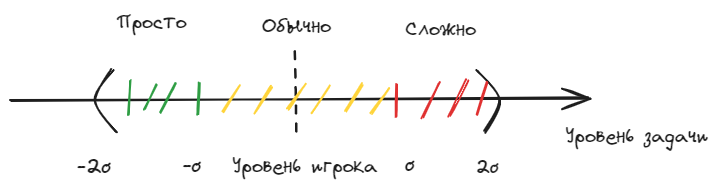
The Excalidraw diagram diplom/assets/work/arch/interval.excalidraw.png in NMashalov/EducationGenerativeModelApplication, before a commit. Source tidied: one line per element, renumbered; positions are measured from the earlier drawing's top-left corner, leaving out a move shared by most shapes.
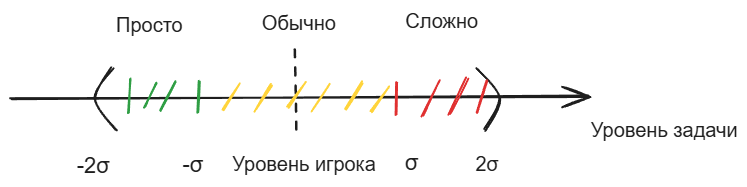
After the change.

The edit, as a diff of the source:
```diff
@@ -1,8 +1,8 @@
 {"id": 0, "type": "arrow", "strokeColor": "#1e1e1e", "strokeWidth": 2, "roughness": 1, "endArrowhead": "arrow", "round": true, "x": 0, "y": 91, "width": 577, "height": 4, "points": [[0, 0], [577, -4]]}
 {"id": 1, "type": "line", "strokeColor": "#1e1e1e", "strokeWidth": 2, "roughness": 1, "round": true, "x": 105, "y": 121, "width": 22, "height": 62, "points": [[0, 0], [-22, -30], [-4, -62]]}
 {"id": 2, "type": "line", "strokeColor": "#1e1e1e", "angle": 3.1, "strokeWidth": 2, "roughness": 1, "round": true, "x": 488, "y": 123, "width": 22, "height": 62, "points": [[0, 0], [-22, -30], [-4, -62]]}
-{"id": 3, "type": "text", "text": "Уровень задачи", "strokeColor": "#1e1e1e", "strokeWidth": 2, "roughness": 1, "fontSize": 20, "fontFamily": 1, "x": 554, "y": 114, "width": 143, "height": 25}
+{"id": 3, "type": "text", "text": "Уровень задачи", "strokeColor": "#1e1e1e", "strokeWidth": 2, "roughness": 1, "fontSize": 20, "fontFamily": 2, "x": 579, "y": 111, "width": 147, "height": 23}
-{"id": 4, "type": "text", "text": "Уровень игрока", "strokeColor": "#1e1e1e", "strokeWidth": 2, "roughness": 1, "fontSize": 20, "fontFamily": 1, "x": 220, "y": 144, "width": 145, "height": 25}
+{"id": 4, "type": "text", "text": "Уровень игрока", "strokeColor": "#1e1e1e", "strokeWidth": 2, "roughness": 1, "fontSize": 20, "fontFamily": 2, "x": 220, "y": 144, "width": 144, "height": 23}
 {"id": 5, "type": "line", "strokeColor": "#e03131", "strokeWidth": 2, "roughness": 1, "round": true, "x": 465, "y": 105, "width": 10, "height": 32, "points": [[0, 0], [10, -32]]}
 {"id": 6, "type": "line", "strokeColor": "#2f9e44", "strokeWidth": 2, "roughness": 1, "round": true, "x": 116, "y": 105, "width": 2, "height": 34, "points": [[0, 0], [2, -34]]}
 {"id": 7, "type": "line", "strokeColor": "#ffd43b", "strokeWidth": 2, "roughness": 1, "round": true, "x": 211, "y": 101, "width": 16, "height": 26, "points": [[0, 0], [16, -26]]}
@@ -18,10 +18,10 @@
 {"id": 17, "type": "line", "strokeColor": "#e03131", "strokeWidth": 2, "roughness": 1, "round": true, "x": 384, "y": 107, "width": 1, "height": 33, "points": [[0, 0], [1, -33]]}
 {"id": 18, "type": "line", "strokeColor": "#e03131", "strokeWidth": 2, "roughness": 1, "round": true, "x": 410, "y": 108, "width": 18, "height": 36, "points": [[0, 0], [18, -36]]}
 {"id": 19, "type": "line", "strokeColor": "#e03131", "strokeWidth": 2, "roughness": 1, "round": true, "x": 437, "y": 106, "width": 18, "height": 36, "points": [[0, 0], [18, -36]]}
-{"id": 20, "type": "text", "text": "Сложно", "strokeColor": "#1e1e1e", "strokeWidth": 2, "strokeStyle": "dashed", "roughness": 1, "fontSize": 20, "fontFamily": 1, "x": 393, "y": 7, "width": 71, "height": 25}
+{"id": 20, "type": "text", "text": "Сложно", "strokeColor": "#1e1e1e", "strokeWidth": 2, "strokeStyle": "dashed", "roughness": 1, "fontSize": 20, "fontFamily": 2, "x": 393, "y": 2, "width": 73, "height": 23}
-{"id": 21, "type": "text", "text": "Просто", "strokeColor": "#1e1e1e", "strokeWidth": 2, "strokeStyle": "dashed", "roughness": 1, "fontSize": 20, "fontFamily": 1, "x": 104, "y": 0, "width": 71, "height": 25}
+{"id": 21, "type": "text", "text": "Просто", "strokeColor": "#1e1e1e", "strokeWidth": 2, "strokeStyle": "dashed", "roughness": 1, "fontSize": 20, "fontFamily": 2, "x": 104, "y": 5, "width": 67, "height": 23}
-{"id": 22, "type": "text", "text": "2σ", "strokeColor": "#1e1e1e", "strokeWidth": 2, "strokeStyle": "dashed", "roughness": 1, "fontSize": 20, "fontFamily": 1, "x": 464, "y": 145, "width": 23, "height": 25}
+{"id": 22, "type": "text", "text": "2σ", "strokeColor": "#1e1e1e", "strokeWidth": 2, "strokeStyle": "dashed", "roughness": 1, "fontSize": 20, "fontFamily": 2, "x": 464, "y": 145, "width": 23, "height": 23}
-{"id": 23, "type": "text", "text": "-2σ", "strokeColor": "#1e1e1e", "strokeWidth": 2, "strokeStyle": "dashed", "roughness": 1, "fontSize": 21.92, "fontFamily": 1, "x": 65, "y": 144, "width": 34, "height": 27}
+{"id": 23, "type": "text", "text": "-2σ", "strokeColor": "#1e1e1e", "strokeWidth": 2, "strokeStyle": "dashed", "roughness": 1, "fontSize": 21.92, "fontFamily": 2, "x": 65, "y": 144, "width": 33, "height": 25}
-{"id": 24, "type": "text", "text": "-σ", "strokeColor": "#1e1e1e", "strokeWidth": 2, "strokeStyle": "dashed", "roughness": 1, "fontSize": 21.92, "fontFamily": 1, "x": 171, "y": 143, "width": 19, "height": 27}
+{"id": 24, "type": "text", "text": "-σ", "strokeColor": "#1e1e1e", "strokeWidth": 2, "strokeStyle": "dashed", "roughness": 1, "fontSize": 21.92, "fontFamily": 2, "x": 171, "y": 144, "width": 21, "height": 25}
-{"id": 25, "type": "text", "text": "σ", "strokeColor": "#1e1e1e", "strokeWidth": 2, "strokeStyle": "dashed", "roughness": 1, "fontSize": 21.92, "fontFamily": 1, "x": 393, "y": 142, "width": 10, "height": 27}
+{"id": 25, "type": "text", "text": "σ", "strokeColor": "#1e1e1e", "strokeWidth": 2, "strokeStyle": "dashed", "roughness": 1, "fontSize": 21.92, "fontFamily": 2, "x": 393, "y": 142, "width": 14, "height": 25}
-{"id": 26, "type": "text", "text": "Обычно", "strokeColor": "#1e1e1e", "strokeWidth": 2, "strokeStyle": "dashed", "roughness": 1, "fontSize": 20, "fontFamily": 1, "x": 250, "y": 4, "width": 69, "height": 25}
+{"id": 26, "type": "text", "text": "Обычно", "strokeColor": "#1e1e1e", "strokeWidth": 2, "strokeStyle": "dashed", "roughness": 1, "fontSize": 20, "fontFamily": 2, "x": 250, "y": 4, "width": 74, "height": 23}
```
